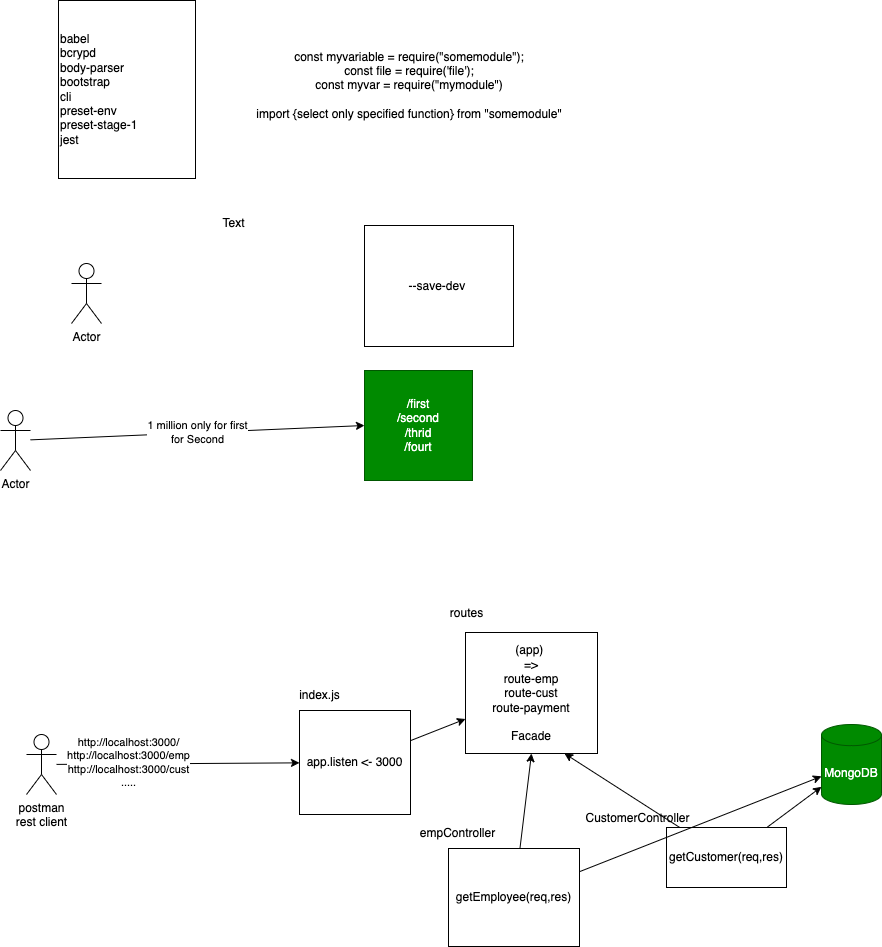
adithnaveen/2022-sapient-react-node-graphql keeps this draw.io diagram as images/day6-drawio.png. Above is the earlier version. Source tidied: cells renumbered, new cells last; positions are measured from the earlier drawing's top-left corner, leaving out a move shared by most shapes.
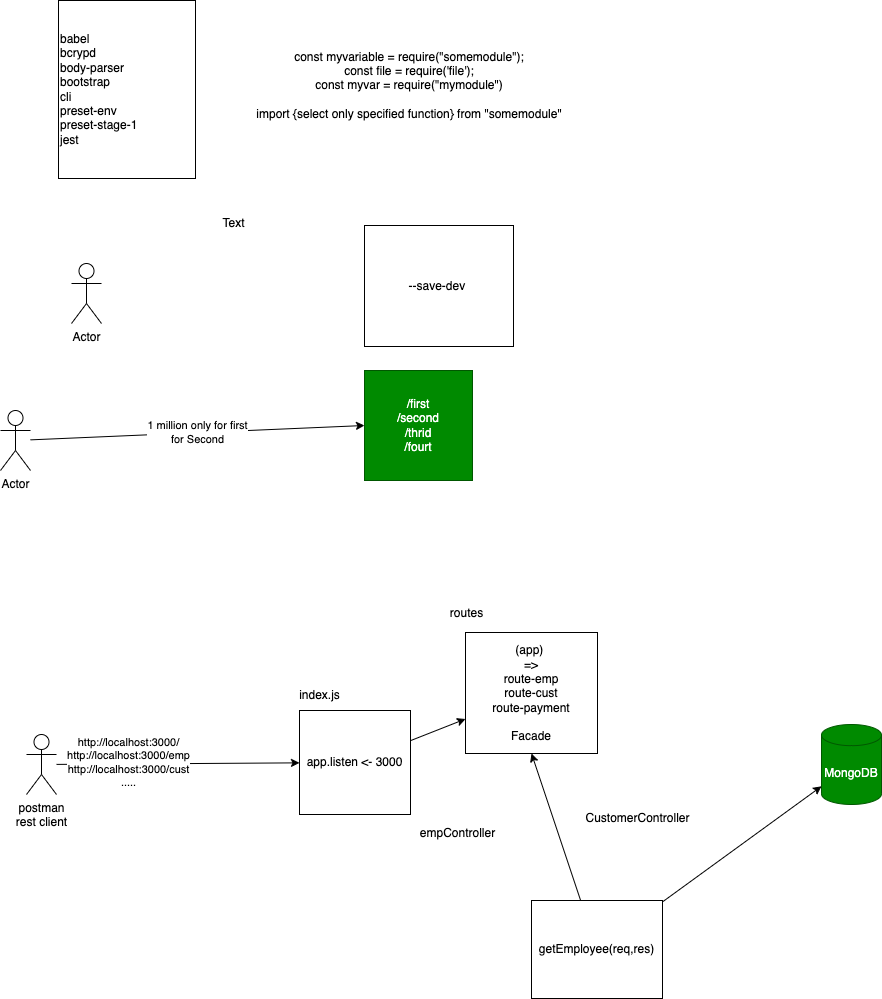
The same diagram one commit later.

What changed in the source:
```diff
@@ -53,15 +53,6 @@
     <mxCell id="18" value="routes" style="text;html=1;align=center;verticalAlign=middle;strokeColor=none;fillColor=none;" parent="1" vertex="1">
       <mxGeometry x="444" y="604" width="44" height="18" as="geometry" />
     </mxCell>
-    <mxCell id="19" style="edgeStyle=none;html=1;" parent="1" edge="1" source="21" target="16">
-      <mxGeometry relative="1" as="geometry" />
-    </mxCell>
-    <mxCell id="20" style="edgeStyle=none;html=1;entryX=0.75;entryY=1;entryDx=0;entryDy=0;" parent="1" edge="1" source="21" target="17">
-      <mxGeometry relative="1" as="geometry" />
-    </mxCell>
-    <mxCell id="21" value="getCustomer(req,res)" style="rounded=0;whiteSpace=wrap;html=1;" parent="1" vertex="1">
-      <mxGeometry x="666" y="827" width="120" height="60" as="geometry" />
-    </mxCell>
     <mxCell id="22" style="edgeStyle=none;html=1;" parent="1" edge="1" source="24" target="16">
       <mxGeometry relative="1" as="geometry" />
     </mxCell>
@@ -69,7 +60,7 @@
       <mxGeometry relative="1" as="geometry" />
     </mxCell>
     <mxCell id="24" value="getEmployee(req,res)" style="rounded=0;whiteSpace=wrap;html=1;" parent="1" vertex="1">
-      <mxGeometry x="448" y="848" width="131" height="98" as="geometry" />
+      <mxGeometry x="531" y="900" width="131" height="98" as="geometry" />
     </mxCell>
     <mxCell id="25" value="empController" style="text;html=1;align=center;verticalAlign=middle;strokeColor=none;fillColor=none;" parent="1" vertex="1">
       <mxGeometry x="414" y="824" width="86" height="18" as="geometry" />
```
